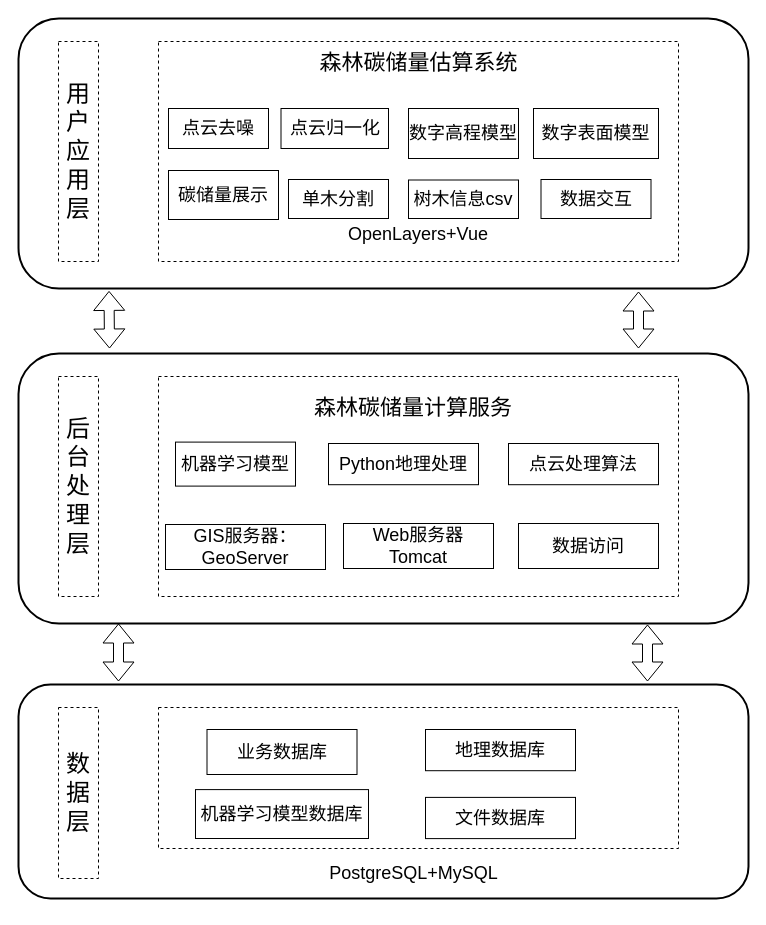
The draw.io diagram 系统总体设计.drawio in H-lzu/word, before the edit. Source tidied: cells renumbered, new cells numbered last; positions are measured from the earlier drawing's top-left corner, leaving out a move shared by most shapes. Both pictures are drawn from the tidied source at 100%, with x=0, y=0 at pixel (18, 18).
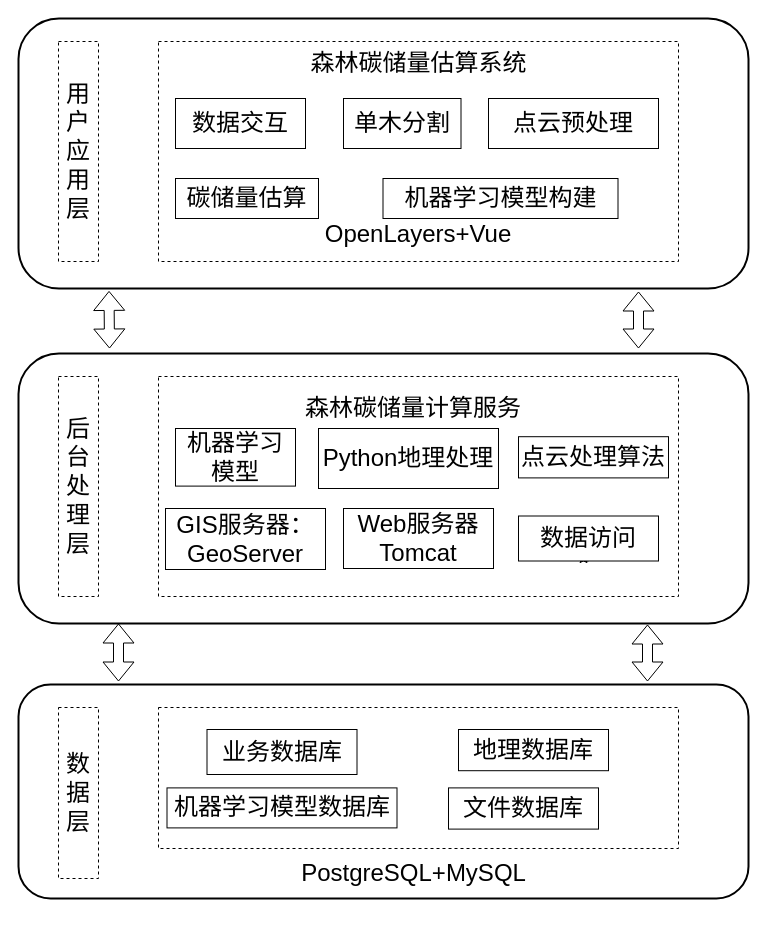
Above is the later version.

What changed in the source:
```diff
@@
-    <mxCell id="2" style="rounded=1;whiteSpace=wrap;html=1;strokeWidth=2;" parent="1" vertex="1">
+    <mxCell id="2" style="rounded=1;whiteSpace=wrap;html=1;strokeWidth=2;fontSize=24;" parent="1" vertex="1">
       <mxGeometry width="730" height="270" as="geometry" />
     </mxCell>
-    <mxCell id="3" value="&lt;font style=&quot;font-size: 24px;&quot;&gt;用户应用层&lt;/font&gt;" style="rounded=0;whiteSpace=wrap;html=1;align=center;dashed=1;" parent="1" vertex="1">
+    <mxCell id="3" value="&lt;font style=&quot;font-size: 24px;&quot;&gt;用户应用层&lt;/font&gt;" style="rounded=0;whiteSpace=wrap;html=1;align=center;dashed=1;fontSize=24;" parent="1" vertex="1">
       <mxGeometry x="40" y="23" width="40" height="220" as="geometry" />
     </mxCell>
-    <mxCell id="4" style="rounded=0;whiteSpace=wrap;html=1;dashed=1;fontSize=18;" parent="1" vertex="1">
+    <mxCell id="4" style="rounded=0;whiteSpace=wrap;html=1;dashed=1;fontSize=24;" parent="1" vertex="1">
       <mxGeometry x="140" y="23" width="520" height="220" as="geometry" />
     </mxCell>
-    <mxCell id="5" value="&lt;font style=&quot;font-size: 22px;&quot;&gt;森林碳储量估算系统&lt;/font&gt;" style="text;html=1;align=center;verticalAlign=middle;whiteSpace=wrap;rounded=0;fontSize=18;" parent="1" vertex="1">
+    <mxCell id="5" value="&lt;font style=&quot;font-size: 24px;&quot;&gt;森林碳储量估算系统&lt;/font&gt;" style="text;html=1;align=center;verticalAlign=middle;whiteSpace=wrap;rounded=0;fontSize=24;" parent="1" vertex="1">
       <mxGeometry x="262.5" y="40" width="275" height="10" as="geometry" />
     </mxCell>
-    <mxCell id="6" value="点云去噪" style="rounded=0;whiteSpace=wrap;html=1;fontSize=18;" parent="1" vertex="1">
-      <mxGeometry x="150" y="90" width="100" height="40" as="geometry" />
+    <mxCell id="6" value="数据交互" style="rounded=0;whiteSpace=wrap;html=1;fontSize=24;" parent="1" vertex="1">
+      <mxGeometry x="157" y="80" width="130" height="50" as="geometry" />
     </mxCell>
-    <mxCell id="7" style="shape=flexArrow;endArrow=classic;startArrow=classic;html=1;rounded=0;entryX=0.124;entryY=1.009;entryDx=0;entryDy=0;entryPerimeter=0;" parent="1" edge="1" target="2">
+    <mxCell id="7" style="shape=flexArrow;endArrow=classic;startArrow=classic;html=1;rounded=0;entryX=0.124;entryY=1.009;entryDx=0;entryDy=0;entryPerimeter=0;fontSize=24;" parent="1" edge="1" target="2">
       <mxGeometry relative="1" as="geometry">
         <mxPoint x="91" y="330" as="sourcePoint" />
       </mxGeometry>
     </mxCell>
-    <mxCell id="8" style="shape=flexArrow;endArrow=classic;startArrow=classic;html=1;rounded=0;entryX=0.124;entryY=1.009;entryDx=0;entryDy=0;entryPerimeter=0;fontSize=18;" parent="1" edge="1">
+    <mxCell id="8" style="shape=flexArrow;endArrow=classic;startArrow=classic;html=1;rounded=0;entryX=0.124;entryY=1.009;entryDx=0;entryDy=0;entryPerimeter=0;fontSize=24;" parent="1" edge="1">
       <mxGeometry relative="1" as="geometry">
         <mxPoint x="620" y="330" as="sourcePoint" />
         <mxPoint x="620" y="273" as="targetPoint" />
       </mxGeometry>
     </mxCell>
-    <mxCell id="9" value="&lt;font style=&quot;font-size: 18px;&quot;&gt;&lt;font style=&quot;font-size: 18px;&quot;&gt;OpenLayers&lt;/font&gt;+Vue&lt;/font&gt;" style="text;html=1;align=center;verticalAlign=middle;whiteSpace=wrap;rounded=0;fontSize=18;" parent="1" vertex="1">
+    <mxCell id="9" value="&lt;font style=&quot;font-size: 24px;&quot;&gt;&lt;font style=&quot;font-size: 24px;&quot;&gt;OpenLayers&lt;/font&gt;+Vue&lt;/font&gt;" style="text;html=1;align=center;verticalAlign=middle;whiteSpace=wrap;rounded=0;fontSize=24;" parent="1" vertex="1">
       <mxGeometry x="370" y="201" width="60" height="30" as="geometry" />
     </mxCell>
-    <mxCell id="10" value="点云归一化" style="rounded=0;whiteSpace=wrap;html=1;fontSize=18;" parent="1" vertex="1">
-      <mxGeometry x="262.5" y="90" width="107.5" height="40" as="geometry" />
+    <mxCell id="10" value="单木分割" style="rounded=0;whiteSpace=wrap;html=1;fontSize=24;" parent="1" vertex="1">
+      <mxGeometry x="325" y="80" width="117.5" height="50" as="geometry" />
     </mxCell>
-    <mxCell id="11" value="树木信息csv" style="rounded=0;whiteSpace=wrap;html=1;fontSize=18;" parent="1" vertex="1">
-      <mxGeometry x="390" y="161.5" width="110" height="38.5" as="geometry" />
-    </mxCell>
-    <mxCell id="12" value="单木分割" style="rounded=0;whiteSpace=wrap;html=1;fontSize=18;" parent="1" vertex="1">
-      <mxGeometry x="270" y="161" width="100" height="39" as="geometry" />
+    <mxCell id="12" value="点云预处理" style="rounded=0;whiteSpace=wrap;html=1;fontSize=24;" parent="1" vertex="1">
+      <mxGeometry x="470" y="80" width="170" height="50" as="geometry" />
     </mxCell>
-    <mxCell id="13" value="数字高程模型" style="rounded=0;whiteSpace=wrap;html=1;fontSize=18;" parent="1" vertex="1">
-      <mxGeometry x="390" y="90" width="110" height="50" as="geometry" />
+    <mxCell id="13" value="机器学习模型构建" style="rounded=0;whiteSpace=wrap;html=1;fontSize=24;rotation=0;" parent="1" vertex="1">
+      <mxGeometry x="364.5" y="160" width="235" height="40" as="geometry" />
     </mxCell>
-    <mxCell id="14" value="碳储量展示" style="rounded=0;whiteSpace=wrap;html=1;fontSize=18;" parent="1" vertex="1">
-      <mxGeometry x="150" y="152" width="110" height="49" as="geometry" />
-    </mxCell>
-    <mxCell id="15" value="数字表面模型" style="rounded=0;whiteSpace=wrap;html=1;fontSize=18;" parent="1" vertex="1">
-      <mxGeometry x="515" y="90" width="125" height="50" as="geometry" />
+    <mxCell id="15" value="碳储量估算" style="rounded=0;whiteSpace=wrap;html=1;fontSize=24;" parent="1" vertex="1">
+      <mxGeometry x="157" y="160" width="143" height="40" as="geometry" />
     </mxCell>
-    <mxCell id="16" value="数据交互" style="rounded=0;whiteSpace=wrap;html=1;fontSize=18;" parent="1" vertex="1">
-      <mxGeometry x="522.5" y="161" width="110" height="39" as="geometry" />
-    </mxCell>
-    <mxCell id="17" style="edgeStyle=orthogonalEdgeStyle;rounded=0;orthogonalLoop=1;jettySize=auto;html=1;exitX=0.5;exitY=1;exitDx=0;exitDy=0;fontSize=18;" parent="1" edge="1" source="16" target="16">
-      <mxGeometry relative="1" as="geometry" />
+    <mxCell id="17" style="edgeStyle=orthogonalEdgeStyle;rounded=0;orthogonalLoop=1;jettySize=auto;html=1;exitX=0.5;exitY=1;exitDx=0;exitDy=0;fontSize=24;" parent="1" edge="1">
+      <mxGeometry relative="1" as="geometry">
+        <mxPoint x="577.5" y="200" as="sourcePoint" />
+        <mxPoint x="577.5" y="200" as="targetPoint" />
+      </mxGeometry>
     </mxCell>
-    <mxCell id="18" style="rounded=1;whiteSpace=wrap;html=1;strokeWidth=2;" parent="1" vertex="1">
+    <mxCell id="18" style="rounded=1;whiteSpace=wrap;html=1;strokeWidth=2;fontSize=24;" parent="1" vertex="1">
       <mxGeometry y="335" width="730" height="270" as="geometry" />
     </mxCell>
-    <mxCell id="19" value="&lt;font style=&quot;font-size: 24px;&quot;&gt;后台处理层&lt;/font&gt;" style="rounded=0;whiteSpace=wrap;html=1;align=center;dashed=1;" parent="1" vertex="1">
+    <mxCell id="19" value="&lt;font style=&quot;font-size: 24px;&quot;&gt;后台处理层&lt;/font&gt;" style="rounded=0;whiteSpace=wrap;html=1;align=center;dashed=1;fontSize=24;" parent="1" vertex="1">
       <mxGeometry x="40" y="358" width="40" height="220" as="geometry" />
     </mxCell>
-    <mxCell id="20" style="rounded=0;whiteSpace=wrap;html=1;dashed=1;fontSize=18;" parent="1" vertex="1">
+    <mxCell id="20" style="rounded=0;whiteSpace=wrap;html=1;dashed=1;fontSize=24;" parent="1" vertex="1">
       <mxGeometry x="140" y="358" width="520" height="220" as="geometry" />
     </mxCell>
-    <mxCell id="21" value="GIS服务器：GeoServer" style="rounded=0;whiteSpace=wrap;html=1;fontSize=18;" parent="1" vertex="1">
-      <mxGeometry x="147" y="506" width="160" height="45" as="geometry" />
+    <mxCell id="21" value="GIS服务器：GeoServer" style="rounded=0;whiteSpace=wrap;html=1;fontSize=24;" parent="1" vertex="1">
+      <mxGeometry x="147" y="490" width="160" height="61" as="geometry" />
     </mxCell>
-    <mxCell id="22" value="数据访问" style="rounded=0;whiteSpace=wrap;html=1;fontSize=18;" parent="1" vertex="1">
-      <mxGeometry x="500" y="505" width="140" height="45" as="geometry" />
-    </mxCell>
-    <mxCell id="23" value="Web服务器Tomcat" style="rounded=0;whiteSpace=wrap;html=1;fontSize=18;" parent="1" vertex="1">
-      <mxGeometry x="325" y="505" width="150" height="45" as="geometry" />
+    <mxCell id="23" value="Web服务器Tomcat" style="rounded=0;whiteSpace=wrap;html=1;fontSize=24;" parent="1" vertex="1">
+      <mxGeometry x="325" y="490" width="150" height="60" as="geometry" />
     </mxCell>
-    <mxCell id="24" value="Python地理处理" style="rounded=0;whiteSpace=wrap;html=1;fontSize=18;" parent="1" vertex="1">
-      <mxGeometry x="310" y="425" width="150" height="41.2" as="geometry" />
+    <mxCell id="24" value="Python地理处理" style="rounded=0;whiteSpace=wrap;html=1;fontSize=24;" parent="1" vertex="1">
+      <mxGeometry x="300" y="410" width="180" height="60" as="geometry" />
     </mxCell>
-    <mxCell id="25" value="机器学习模型" style="rounded=0;whiteSpace=wrap;html=1;fontSize=18;" parent="1" vertex="1">
-      <mxGeometry x="157" y="423.6" width="120" height="44" as="geometry" />
+    <mxCell id="25" value="机器学习模型" style="rounded=0;whiteSpace=wrap;html=1;fontSize=24;" parent="1" vertex="1">
+      <mxGeometry x="157" y="410" width="120" height="57.6" as="geometry" />
     </mxCell>
-    <mxCell id="26" style="edgeStyle=orthogonalEdgeStyle;rounded=0;orthogonalLoop=1;jettySize=auto;html=1;exitX=0.5;exitY=1;exitDx=0;exitDy=0;fontSize=18;" parent="1" edge="1">
+    <mxCell id="26" style="edgeStyle=orthogonalEdgeStyle;rounded=0;jettySize=auto;html=1;exitX=0.5;exitY=1;exitDx=0;exitDy=0;fontSize=24;" parent="1" edge="1" source="22">
       <mxGeometry relative="1" as="geometry">
-        <mxPoint x="565" y="536" as="sourcePoint" />
         <mxPoint x="565" y="536" as="targetPoint" />
       </mxGeometry>
     </mxCell>
-    <mxCell id="27" value="点云处理算法" style="rounded=0;whiteSpace=wrap;html=1;fontSize=18;" parent="1" vertex="1">
-      <mxGeometry x="490" y="425" width="150" height="41.2" as="geometry" />
+    <mxCell id="27" value="点云处理算法" style="rounded=0;whiteSpace=wrap;html=1;fontSize=24;" parent="1" vertex="1">
+      <mxGeometry x="500" y="418.2" width="150" height="41.2" as="geometry" />
     </mxCell>
-    <mxCell id="28" style="rounded=1;whiteSpace=wrap;html=1;strokeWidth=2;" parent="1" vertex="1">
+    <mxCell id="28" style="rounded=1;whiteSpace=wrap;html=1;strokeWidth=2;fontSize=24;" parent="1" vertex="1">
       <mxGeometry y="666" width="730" height="214" as="geometry" />
     </mxCell>
-    <mxCell id="29" value="&lt;font style=&quot;font-size: 24px;&quot;&gt;数据层&lt;/font&gt;" style="rounded=0;whiteSpace=wrap;html=1;align=center;dashed=1;" parent="1" vertex="1">
+    <mxCell id="29" value="&lt;font style=&quot;font-size: 24px;&quot;&gt;数据层&lt;/font&gt;" style="rounded=0;whiteSpace=wrap;html=1;align=center;dashed=1;fontSize=24;" parent="1" vertex="1">
       <mxGeometry x="40" y="689" width="40" height="171" as="geometry" />
     </mxCell>
-    <mxCell id="30" style="rounded=0;whiteSpace=wrap;html=1;dashed=1;fontSize=18;" parent="1" vertex="1">
+    <mxCell id="30" style="rounded=0;whiteSpace=wrap;html=1;dashed=1;fontSize=24;" parent="1" vertex="1">
       <mxGeometry x="140" y="689" width="520" height="141" as="geometry" />
     </mxCell>
-    <mxCell id="31" value="业务数据库" style="rounded=0;whiteSpace=wrap;html=1;fontSize=18;" parent="1" vertex="1">
+    <mxCell id="31" value="业务数据库" style="rounded=0;whiteSpace=wrap;html=1;fontSize=24;" parent="1" vertex="1">
       <mxGeometry x="188.5" y="711" width="150" height="45" as="geometry" />
     </mxCell>
-    <mxCell id="32" value="&lt;span style=&quot;text-decoration-line: none;&quot;&gt;PostgreSQL&lt;/span&gt;&lt;span style=&quot;font-size: 18px;&quot;&gt;+MySQL&lt;/span&gt;" style="text;html=1;align=center;verticalAlign=middle;whiteSpace=wrap;rounded=0;fontSize=18;" parent="1" vertex="1">
+    <mxCell id="32" value="&lt;span style=&quot;text-decoration-line: none; font-size: 24px;&quot;&gt;PostgreSQL&lt;/span&gt;&lt;span style=&quot;font-size: 24px;&quot;&gt;+MySQL&lt;/span&gt;" style="text;html=1;align=center;verticalAlign=middle;whiteSpace=wrap;rounded=0;fontSize=24;" parent="1" vertex="1">
       <mxGeometry x="293.5" y="820" width="203" height="69.9" as="geometry" />
     </mxCell>
-    <mxCell id="33" value="地理数据库" style="rounded=0;whiteSpace=wrap;html=1;fontSize=18;" parent="1" vertex="1">
-      <mxGeometry x="407" y="711" width="150" height="41.2" as="geometry" />
+    <mxCell id="33" value="地理数据库" style="rounded=0;whiteSpace=wrap;html=1;fontSize=24;" parent="1" vertex="1">
+      <mxGeometry x="440" y="711" width="150" height="41.2" as="geometry" />
     </mxCell>
-    <mxCell id="34" value="机器学习模型数据库" style="rounded=0;whiteSpace=wrap;html=1;fontSize=18;" parent="1" vertex="1">
-      <mxGeometry x="177" y="771.1" width="173" height="48.9" as="geometry" />
+    <mxCell id="34" value="机器学习模型数据库" style="rounded=0;whiteSpace=wrap;html=1;fontSize=24;" parent="1" vertex="1">
+      <mxGeometry x="148.5" y="769.4" width="230" height="40" as="geometry" />
     </mxCell>
-    <mxCell id="35" style="edgeStyle=orthogonalEdgeStyle;rounded=0;orthogonalLoop=1;jettySize=auto;html=1;exitX=0.5;exitY=1;exitDx=0;exitDy=0;fontSize=18;" parent="1" edge="1">
+    <mxCell id="35" style="edgeStyle=orthogonalEdgeStyle;rounded=0;orthogonalLoop=1;jettySize=auto;html=1;exitX=0.5;exitY=1;exitDx=0;exitDy=0;fontSize=24;" parent="1" edge="1">
       <mxGeometry relative="1" as="geometry">
         <mxPoint x="572" y="820.1" as="sourcePoint" />
         <mxPoint x="572" y="820.1" as="targetPoint" />
       </mxGeometry>
     </mxCell>
-    <mxCell id="36" value="文件数据库" style="rounded=0;whiteSpace=wrap;html=1;fontSize=18;" parent="1" vertex="1">
-      <mxGeometry x="407" y="778.9" width="150" height="41.2" as="geometry" />
+    <mxCell id="36" value="文件数据库" style="rounded=0;whiteSpace=wrap;html=1;fontSize=24;" parent="1" vertex="1">
+      <mxGeometry x="430" y="769.4" width="150" height="41.2" as="geometry" />
     </mxCell>
-    <mxCell id="37" style="shape=flexArrow;endArrow=classic;startArrow=classic;html=1;rounded=0;entryX=0.124;entryY=1.009;entryDx=0;entryDy=0;entryPerimeter=0;" parent="1" edge="1">
+    <mxCell id="37" style="shape=flexArrow;endArrow=classic;startArrow=classic;html=1;rounded=0;entryX=0.124;entryY=1.009;entryDx=0;entryDy=0;entryPerimeter=0;fontSize=24;" parent="1" edge="1">
       <mxGeometry relative="1" as="geometry">
         <mxPoint x="100" y="663" as="sourcePoint" />
         <mxPoint x="100" y="605" as="targetPoint" />
       </mxGeometry>
     </mxCell>
-    <mxCell id="38" style="shape=flexArrow;endArrow=classic;startArrow=classic;html=1;rounded=0;entryX=0.124;entryY=1.009;entryDx=0;entryDy=0;entryPerimeter=0;fontSize=18;" parent="1" edge="1">
+    <mxCell id="38" style="shape=flexArrow;endArrow=classic;startArrow=classic;html=1;rounded=0;entryX=0.124;entryY=1.009;entryDx=0;entryDy=0;entryPerimeter=0;fontSize=24;" parent="1" edge="1">
       <mxGeometry relative="1" as="geometry">
         <mxPoint x="629" y="663" as="sourcePoint" />
         <mxPoint x="629" y="606" as="targetPoint" />
       </mxGeometry>
     </mxCell>
-    <mxCell id="39" value="&lt;font style=&quot;font-size: 22px;&quot;&gt;森林碳储量计算服务&lt;/font&gt;" style="text;html=1;align=center;verticalAlign=middle;whiteSpace=wrap;rounded=0;" parent="1" vertex="1">
+    <mxCell id="39" value="&lt;font style=&quot;font-size: 24px;&quot;&gt;森林碳储量计算服务&lt;/font&gt;" style="text;html=1;align=center;verticalAlign=middle;whiteSpace=wrap;rounded=0;fontSize=24;" parent="1" vertex="1">
       <mxGeometry x="260" y="370" width="270" height="40" as="geometry" />
     </mxCell>
+    <mxCell id="40" style="edgeStyle=orthogonalEdgeStyle;rounded=0;jettySize=auto;html=1;exitX=0.5;exitY=1;exitDx=0;exitDy=0;fontSize=24;" parent="1" edge="1" target="22">
+      <mxGeometry relative="1" as="geometry">
+        <mxPoint x="565" y="536" as="sourcePoint" />
+      </mxGeometry>
+    </mxCell>
+    <mxCell id="22" value="数据访问" style="rounded=0;whiteSpace=wrap;html=1;fontSize=24;" parent="1" vertex="1">
+      <mxGeometry x="500" y="497.5" width="140" height="45" as="geometry" />
+    </mxCell>
```
